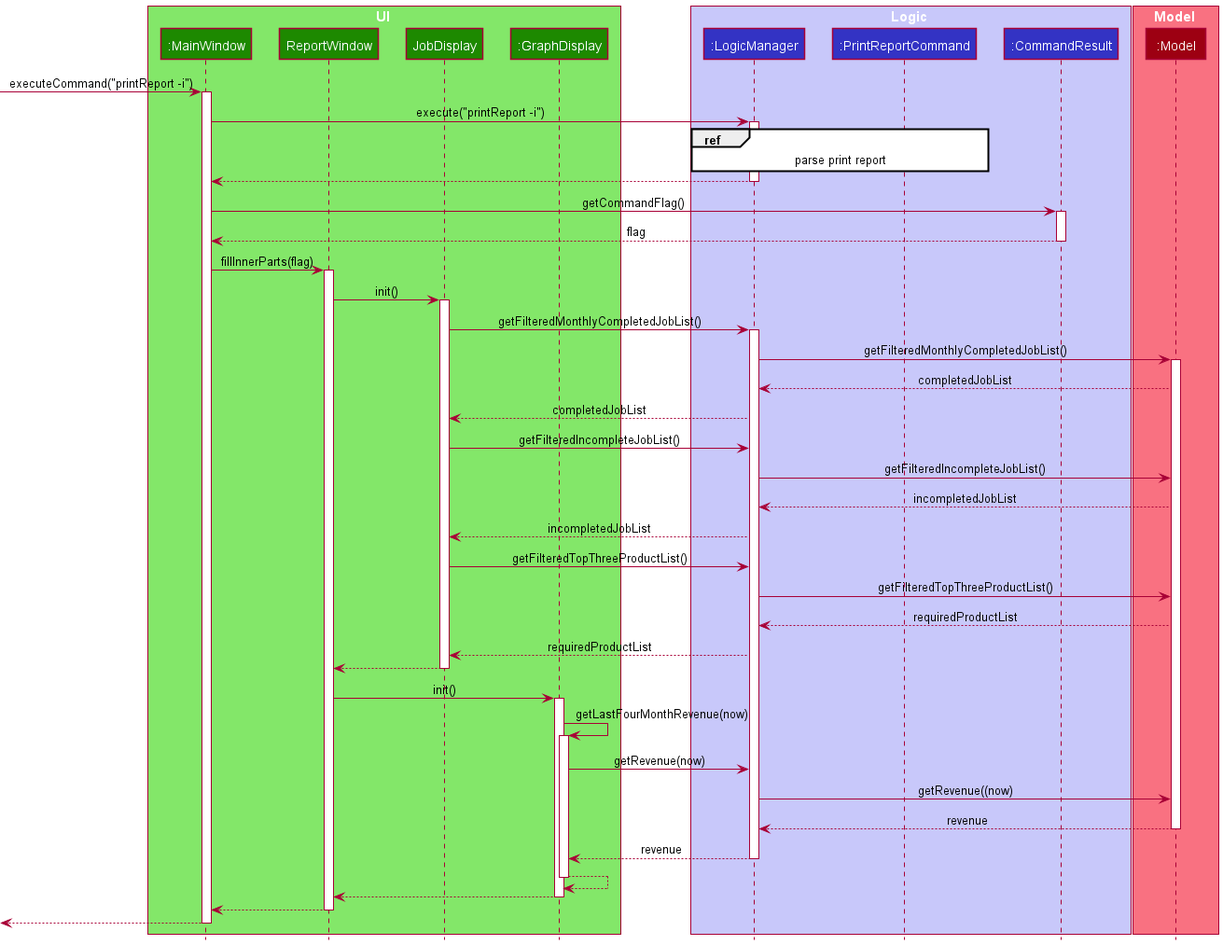
Earlier version of the PlantUML export docs/images/report/PrintReportSequenceDiagram.png (ooawagaeri/tp).
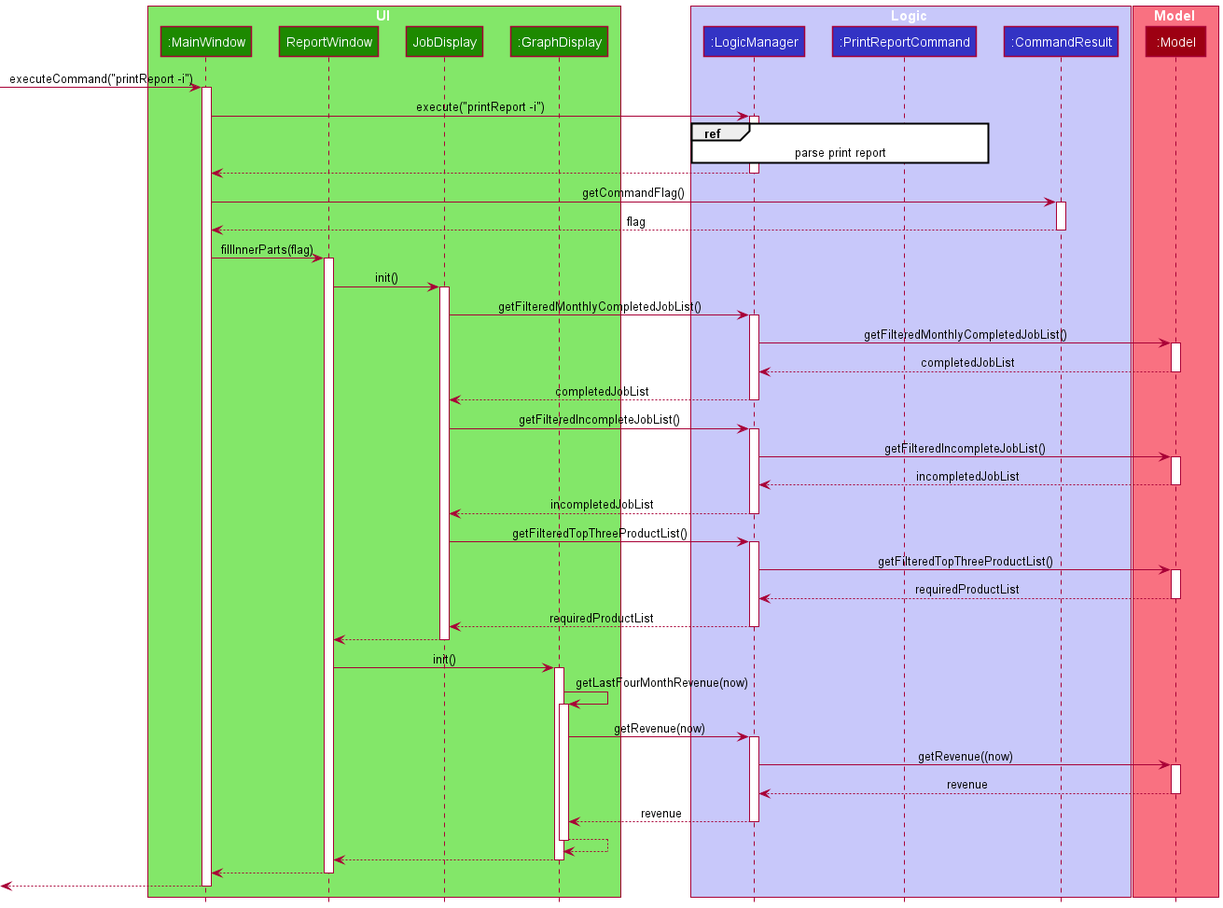
The same file after the commit.

Commit message:
Standardize product diagrams. Fix report diagram.

What changed in the source:
```diff
@@ -44,29 +44,33 @@
 
 JobDisplay -> LogicManager : getFilteredMonthlyCompletedJobList()
 activate LogicManager
-
 LogicManager -> Model : getFilteredMonthlyCompletedJobList()
 activate Model
 
 Model --> LogicManager : completedJobList
-
+deactivate Model
 LogicManager --> JobDisplay : completedJobList
+deactivate LogicManager
 
 JobDisplay -> LogicManager : getFilteredIncompleteJobList()
-
+activate LogicManager
 LogicManager -> Model : getFilteredIncompleteJobList()
+activate Model
 
 Model --> LogicManager : incompletedJobList
-
+deactivate Model
 LogicManager --> JobDisplay : incompletedJobList
+deactivate LogicManager
 
 JobDisplay -> LogicManager : getFilteredTopThreeProductList()
-
+activate LogicManager
 LogicManager -> Model : getFilteredTopThreeProductList()
+activate Model
 
 Model --> LogicManager : requiredProductList
-
+deactivate Model
 LogicManager --> JobDisplay : requiredProductList
+deactivate LogicManager
 
 JobDisplay --> ReportWindow
 deactivate JobDisplay
@@ -78,12 +82,12 @@
 activate GraphDisplay
 
 GraphDisplay -> LogicManager : getRevenue(now)
-
+activate LogicManager
 LogicManager -> Model : getRevenue((now)
+activate Model
 
 Model --> LogicManager : revenue
 deactivate Model
-
 LogicManager --> GraphDisplay : revenue
 deactivate LogicManager
 
```
